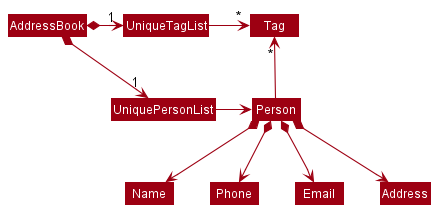
Earlier version of the PlantUML export docs/images/BetterModelClassDiagram.png (nus-cs2103-AY2223S2/tp). Its source is kept beside it as docs/diagrams/BetterModelClassDiagram.puml.
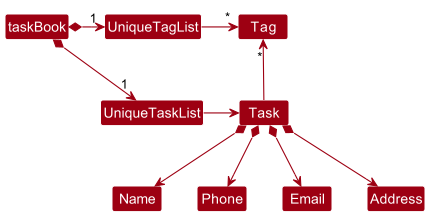
Later version of the same file.

Commit message:
Edit diagrams to refer to TaskBook

Change to the diagram source:
```diff
@@ -4,8 +4,8 @@
 skinparam arrowColor MODEL_COLOR
 skinparam classBackgroundColor MODEL_COLOR
 
-AddressBook *-right-> "1" UniqueTaskList
-AddressBook *-right-> "1" UniqueTagList
+taskBook *-right-> "1" UniqueTaskList
+taskBook *-right-> "1" UniqueTagList
 UniqueTagList -[hidden]down- UniqueTaskList
 UniqueTagList -[hidden]down- UniqueTaskList
 
```
